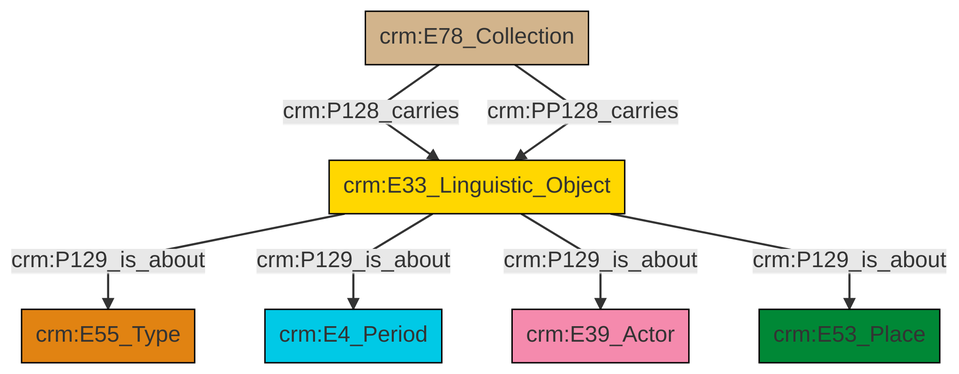
Before: et/archivalCSV/ttl/mmd/png/archival_aboutness.png, a diagram exported from Mermaid (swiss-art-research-net/docs.swissartresearch). Its source is kept beside it as et/archivalCSV/ttl/mmd/archival_aboutness.ttl.mmd.
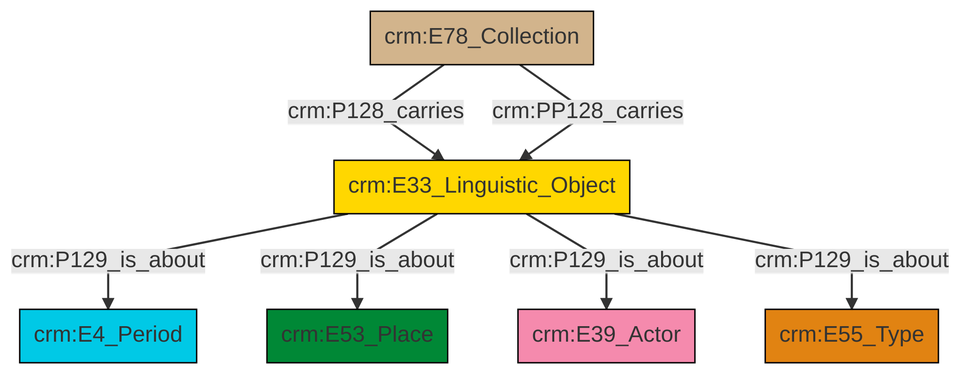
The same file after the commit.

Diff of the diagram source:
```diff
@@ -13,9 +13,9 @@
 classDef PC_Classes fill:#4ce600, stroke:#000000;
 classDef Multi fill:#cccccc,stroke:#000000;
 
+2["crm:E33_Linguistic_Object"]:::Conceptual_Object -->|crm:P129_is_about| 3["crm:E4_Period"]:::Temporal_Entity
+2["crm:E33_Linguistic_Object"]:::Conceptual_Object -->|crm:P129_is_about| 4["crm:E53_Place"]:::Place
+2["crm:E33_Linguistic_Object"]:::Conceptual_Object -->|crm:P129_is_about| 6["crm:E39_Actor"]:::Actor
+7["crm:E78_Collection"]:::Physical_Thing -->|crm:P128_carries| 2["crm:E33_Linguistic_Object"]:::Conceptual_Object
+7["crm:E78_Collection"]:::Physical_Thing -->|crm:PP128_carries| 2["crm:E33_Linguistic_Object"]:::Conceptual_Object
 2["crm:E33_Linguistic_Object"]:::Conceptual_Object -->|crm:P129_is_about| 0["crm:E55_Type"]:::Type
-4["crm:E78_Collection"]:::Physical_Thing -->|crm:P128_carries| 2["crm:E33_Linguistic_Object"]:::Conceptual_Object
-4["crm:E78_Collection"]:::Physical_Thing -->|crm:PP128_carries| 2["crm:E33_Linguistic_Object"]:::Conceptual_Object
-2["crm:E33_Linguistic_Object"]:::Conceptual_Object -->|crm:P129_is_about| 8["crm:E4_Period"]:::Temporal_Entity
-2["crm:E33_Linguistic_Object"]:::Conceptual_Object -->|crm:P129_is_about| 6["crm:E39_Actor"]:::Actor
-2["crm:E33_Linguistic_Object"]:::Conceptual_Object -->|crm:P129_is_about| 9["crm:E53_Place"]:::Place
```
